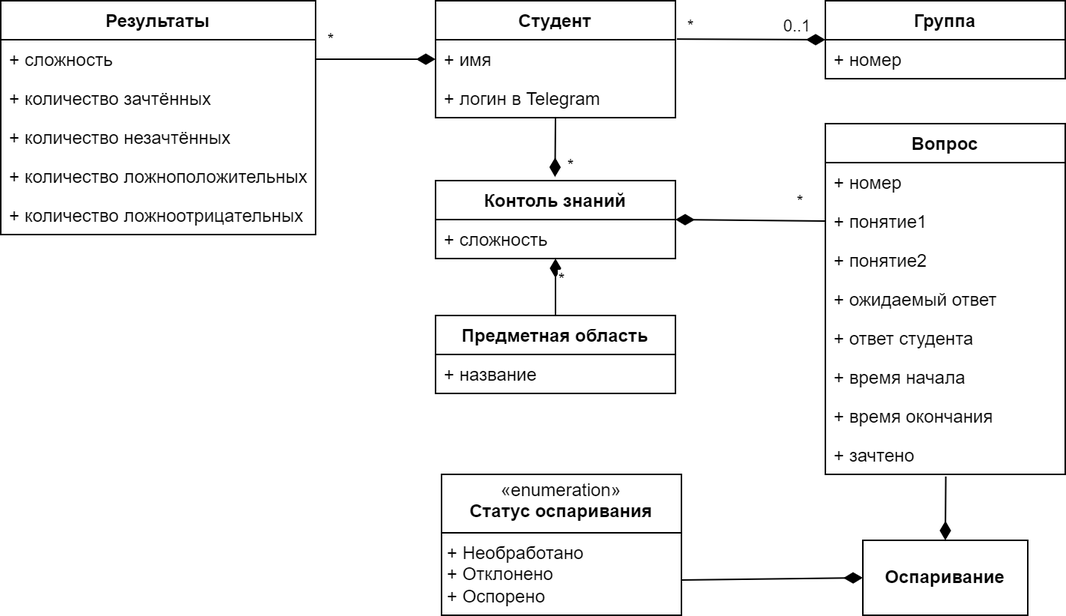
Earlier version of the draw.io export docs/diagrams/bot_domain.png (aVorotnikov/ontologer). Source tidied: cells renumbered, new cells last; positions are measured from the earlier drawing's top-left corner, leaving out a move shared by most shapes.
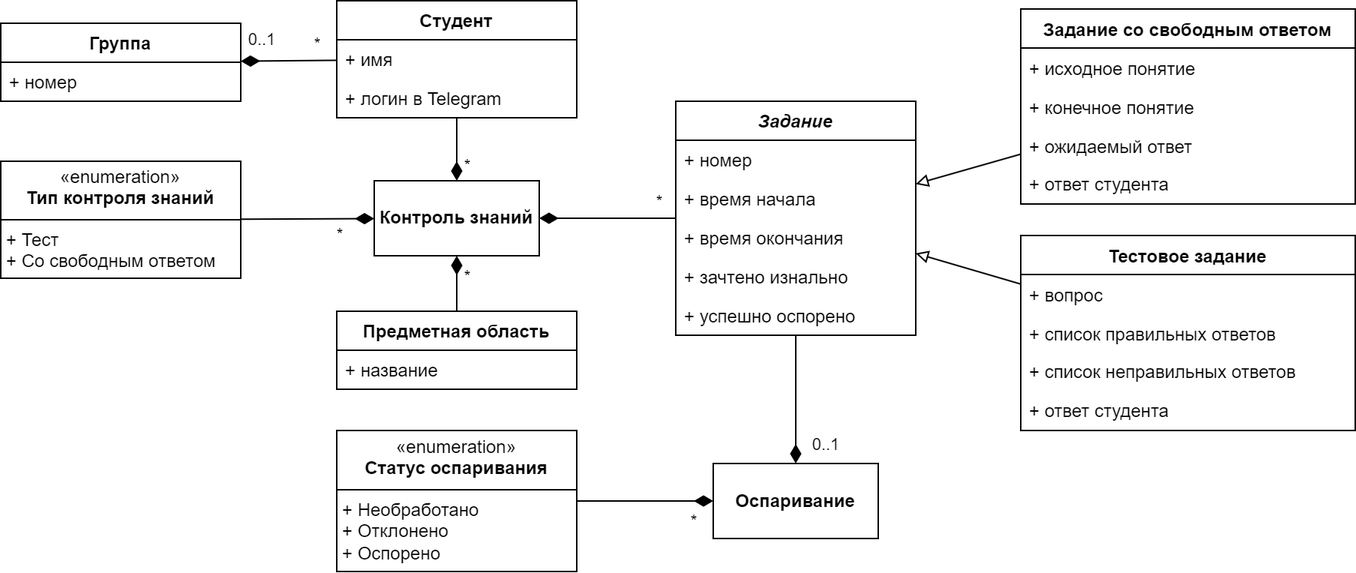
After the commit.

Commit message:
Обновлена модель предметной области

Change to the diagram source:
```diff
@@ -3,7 +3,7 @@
     <mxCell id="0" />
     <mxCell id="1" parent="0" />
     <mxCell id="2" value="Студент" style="swimlane;fontStyle=1;align=center;verticalAlign=top;horizontal=1;startSize=26;whiteSpace=wrap;html=1;" parent="1" vertex="1">
-      <mxGeometry x="290" width="160" height="78" as="geometry" />
+      <mxGeometry x="294" y="13" width="160" height="78" as="geometry" />
     </mxCell>
     <mxCell id="3" value="+ имя" style="text;strokeColor=none;fillColor=none;align=left;verticalAlign=top;spacingLeft=4;spacingRight=4;overflow=hidden;points=[[0,0.5],[1,0.5]];portConstraint=eastwest;whiteSpace=wrap;html=1;" parent="2" vertex="1">
       <mxGeometry y="26" width="160" height="26" as="geometry" />
@@ -12,122 +12,143 @@
       <mxGeometry y="52" width="160" height="26" as="geometry" />
     </mxCell>
     <mxCell id="5" value="Группа" style="swimlane;fontStyle=1;align=center;verticalAlign=top;horizontal=1;startSize=26;whiteSpace=wrap;html=1;" parent="1" vertex="1">
-      <mxGeometry x="550" width="160" height="52" as="geometry" />
+      <mxGeometry x="70" y="28" width="160" height="52" as="geometry" />
     </mxCell>
     <mxCell id="6" value="+ номер" style="text;strokeColor=none;fillColor=none;align=left;verticalAlign=top;spacingLeft=4;spacingRight=4;overflow=hidden;whiteSpace=wrap;html=1;" parent="5" vertex="1">
       <mxGeometry y="26" width="160" height="26" as="geometry" />
     </mxCell>
-    <mxCell id="7" style="endArrow=diamondThin;endFill=1;endSize=10;html=1;rounded=0;entryX=0;entryY=0.5;entryDx=0;entryDy=0;exitX=1.006;exitY=0.328;exitDx=0;exitDy=0;exitPerimeter=0;" parent="1" edge="1" source="2" target="5">
+    <mxCell id="7" style="endArrow=diamondThin;endFill=1;endSize=10;html=1;rounded=0;" parent="1" edge="1" source="2" target="5">
       <mxGeometry relative="1" as="geometry" />
     </mxCell>
     <mxCell id="8" value="0..1" style="edgeLabel;html=1;align=center;verticalAlign=middle;" parent="7" vertex="1">
       <mxGeometry x="-0.85" y="1" relative="1" as="geometry">
-        <mxPoint x="72" y="-8" as="offset" />
+        <mxPoint x="-45" y="-15" as="offset" />
       </mxGeometry>
     </mxCell>
     <mxCell id="9" value="*" style="edgeLabel;html=1;align=center;verticalAlign=middle;" parent="7" vertex="1">
       <mxGeometry x="0.7" y="-1" relative="1" as="geometry">
-        <mxPoint x="-75" y="-10" as="offset" />
+        <mxPoint x="41" y="-10" as="offset" />
       </mxGeometry>
     </mxCell>
-    <mxCell id="10" value="Контоль знаний" style="swimlane;fontStyle=1;align=center;verticalAlign=top;horizontal=1;startSize=26;whiteSpace=wrap;html=1;" parent="1" vertex="1">
-      <mxGeometry x="290" y="120" width="160" height="52" as="geometry" />
-    </mxCell>
-    <mxCell id="11" value="+ сложность" style="text;strokeColor=none;fillColor=none;align=left;verticalAlign=top;spacingLeft=4;spacingRight=4;overflow=hidden;whiteSpace=wrap;html=1;" parent="10" vertex="1">
-      <mxGeometry y="26" width="160" height="26" as="geometry" />
-    </mxCell>
-    <mxCell id="12" style="endArrow=diamondThin;endFill=1;endSize=10;html=1;rounded=0;entryX=0.498;entryY=-0.047;entryDx=0;entryDy=0;exitX=0.5;exitY=1;exitDx=0;exitDy=0;entryPerimeter=0;" parent="1" edge="1" source="2" target="10">
+    <mxCell id="12" style="endArrow=diamondThin;endFill=1;endSize=10;html=1;rounded=0;" parent="1" edge="1" source="2" target="61">
       <mxGeometry relative="1" as="geometry" />
     </mxCell>
-    <mxCell id="13" value="*" style="edgeLabel;html=1;align=center;verticalAlign=middle;" parent="1" vertex="1">
-      <mxGeometry x="380" y="110" as="geometry" />
-    </mxCell>
+    <mxCell id="41" value="*" style="edgeLabel;html=1;align=center;verticalAlign=middle;" parent="12" vertex="1">
+      <mxGeometry x="0.3" y="-1" relative="1" as="geometry">
+        <mxPoint x="8" y="5" as="offset" />
+      </mxGeometry>
+    </mxCell>
     <mxCell id="14" value="Предметная область" style="swimlane;fontStyle=1;align=center;verticalAlign=top;horizontal=1;startSize=26;whiteSpace=wrap;html=1;" parent="1" vertex="1">
-      <mxGeometry x="290" y="210" width="160" height="52" as="geometry" />
+      <mxGeometry x="294" y="220" width="160" height="52" as="geometry" />
     </mxCell>
     <mxCell id="15" value="+ название" style="text;strokeColor=none;fillColor=none;align=left;verticalAlign=top;spacingLeft=4;spacingRight=4;overflow=hidden;whiteSpace=wrap;html=1;" parent="14" vertex="1">
       <mxGeometry y="26" width="160" height="26" as="geometry" />
     </mxCell>
-    <mxCell id="16" style="endArrow=diamondThin;endFill=1;endSize=10;html=1;rounded=0;exitX=0.5;exitY=0;exitDx=0;exitDy=0;" parent="1" edge="1" source="14" target="10">
+    <mxCell id="16" style="endArrow=diamondThin;endFill=1;endSize=10;html=1;rounded=0;" parent="1" edge="1" source="14" target="61">
       <mxGeometry relative="1" as="geometry" />
     </mxCell>
     <mxCell id="17" value="*" style="edgeLabel;html=1;align=center;verticalAlign=middle;" parent="16" vertex="1">
       <mxGeometry x="0.15" relative="1" as="geometry">
-        <mxPoint x="4" y="-2" as="offset" />
+        <mxPoint x="7" y="-2" as="offset" />
       </mxGeometry>
     </mxCell>
-    <mxCell id="18" value="Результаты" style="swimlane;fontStyle=1;align=center;verticalAlign=top;horizontal=1;startSize=26;whiteSpace=wrap;html=1;" parent="1" vertex="1">
-      <mxGeometry width="210" height="156" as="geometry" />
-    </mxCell>
-    <mxCell id="19" value="+ сложность" style="text;strokeColor=none;fillColor=none;align=left;verticalAlign=top;spacingLeft=4;spacingRight=4;overflow=hidden;points=[[0,0.5],[1,0.5]];portConstraint=eastwest;whiteSpace=wrap;html=1;" parent="18" vertex="1">
-      <mxGeometry y="26" width="210" height="26" as="geometry" />
-    </mxCell>
-    <mxCell id="20" value="+ количество зачтённых" style="text;strokeColor=none;fillColor=none;align=left;verticalAlign=top;spacingLeft=4;spacingRight=4;overflow=hidden;whiteSpace=wrap;html=1;" parent="18" vertex="1">
-      <mxGeometry y="52" width="210" height="26" as="geometry" />
-    </mxCell>
-    <mxCell id="21" value="+ количество незачтённых" style="text;strokeColor=none;fillColor=none;align=left;verticalAlign=top;spacingLeft=4;spacingRight=4;overflow=hidden;whiteSpace=wrap;html=1;" parent="18" vertex="1">
-      <mxGeometry y="78" width="210" height="26" as="geometry" />
-    </mxCell>
-    <mxCell id="22" value="+ количество ложноположительных" style="text;strokeColor=none;fillColor=none;align=left;verticalAlign=top;spacingLeft=4;spacingRight=4;overflow=hidden;whiteSpace=wrap;html=1;" parent="18" vertex="1">
-      <mxGeometry y="104" width="210" height="26" as="geometry" />
-    </mxCell>
-    <mxCell id="23" value="+ количество ложноотрицательных" style="text;strokeColor=none;fillColor=none;align=left;verticalAlign=top;spacingLeft=4;spacingRight=4;overflow=hidden;whiteSpace=wrap;html=1;" parent="18" vertex="1">
-      <mxGeometry y="130" width="210" height="26" as="geometry" />
-    </mxCell>
-    <mxCell id="24" style="endArrow=diamondThin;endFill=1;endSize=10;html=1;rounded=0;entryX=0;entryY=0.5;entryDx=0;entryDy=0;exitX=1;exitY=0.5;exitDx=0;exitDy=0;" parent="1" edge="1" source="19" target="3">
-      <mxGeometry relative="1" as="geometry" />
-    </mxCell>
-    <mxCell id="25" value="*" style="edgeLabel;html=1;align=center;verticalAlign=middle;" parent="24" vertex="1">
-      <mxGeometry x="-0.48" relative="1" as="geometry">
-        <mxPoint x="-11" y="-13" as="offset" />
-      </mxGeometry>
-    </mxCell>
-    <mxCell id="26" value="Вопрос" style="swimlane;fontStyle=1;align=center;verticalAlign=top;horizontal=1;startSize=26;whiteSpace=wrap;html=1;" parent="1" vertex="1">
-      <mxGeometry x="550" y="82" width="160" height="234" as="geometry" />
+    <mxCell id="26" value="&lt;i&gt;Задание&lt;/i&gt;" style="swimlane;fontStyle=1;align=center;verticalAlign=top;horizontal=1;startSize=26;whiteSpace=wrap;html=1;" parent="1" vertex="1">
+      <mxGeometry x="520" y="80" width="160" height="156" as="geometry" />
     </mxCell>
     <mxCell id="27" value="+ номер" style="text;strokeColor=none;fillColor=none;align=left;verticalAlign=top;spacingLeft=4;spacingRight=4;overflow=hidden;whiteSpace=wrap;html=1;" parent="26" vertex="1">
       <mxGeometry y="26" width="160" height="26" as="geometry" />
     </mxCell>
-    <mxCell id="28" value="+ понятие1" style="text;strokeColor=none;fillColor=none;align=left;verticalAlign=top;spacingLeft=4;spacingRight=4;overflow=hidden;points=[[0,0.5],[1,0.5]];portConstraint=eastwest;whiteSpace=wrap;html=1;" parent="26" vertex="1">
-      <mxGeometry y="52" width="160" height="26" as="geometry" />
-    </mxCell>
-    <mxCell id="29" value="+ понятие2" style="text;strokeColor=none;fillColor=none;align=left;verticalAlign=top;spacingLeft=4;spacingRight=4;overflow=hidden;whiteSpace=wrap;html=1;" parent="26" vertex="1">
-      <mxGeometry y="78" width="160" height="26" as="geometry" />
-    </mxCell>
-    <mxCell id="30" value="+ ожидаемый ответ" style="text;strokeColor=none;fillColor=none;align=left;verticalAlign=top;spacingLeft=4;spacingRight=4;overflow=hidden;whiteSpace=wrap;html=1;" parent="26" vertex="1">
-      <mxGeometry y="104" width="160" height="26" as="geometry" />
-    </mxCell>
-    <mxCell id="31" value="+ ответ студента" style="text;strokeColor=none;fillColor=none;align=left;verticalAlign=top;spacingLeft=4;spacingRight=4;overflow=hidden;whiteSpace=wrap;html=1;" parent="26" vertex="1">
-      <mxGeometry y="130" width="160" height="26" as="geometry" />
-    </mxCell>
     <mxCell id="32" value="+ время начала" style="text;strokeColor=none;fillColor=none;align=left;verticalAlign=top;spacingLeft=4;spacingRight=4;overflow=hidden;whiteSpace=wrap;html=1;" parent="26" vertex="1">
-      <mxGeometry y="156" width="160" height="26" as="geometry" />
+      <mxGeometry y="52" width="160" height="26" as="geometry" />
     </mxCell>
     <mxCell id="33" value="+ время окончания" style="text;strokeColor=none;fillColor=none;align=left;verticalAlign=top;spacingLeft=4;spacingRight=4;overflow=hidden;whiteSpace=wrap;html=1;" parent="26" vertex="1">
-      <mxGeometry y="182" width="160" height="26" as="geometry" />
+      <mxGeometry y="78" width="160" height="26" as="geometry" />
     </mxCell>
-    <mxCell id="34" value="+ зачтено" style="text;strokeColor=none;fillColor=none;align=left;verticalAlign=top;spacingLeft=4;spacingRight=4;overflow=hidden;points=[[0,0.5],[1,0.5]];portConstraint=eastwest;whiteSpace=wrap;html=1;" parent="26" vertex="1">
-      <mxGeometry y="208" width="160" height="26" as="geometry" />
+    <mxCell id="34" value="+ зачтено изнально" style="text;strokeColor=none;fillColor=none;align=left;verticalAlign=top;spacingLeft=4;spacingRight=4;overflow=hidden;points=[[0,0.5],[1,0.5]];portConstraint=eastwest;whiteSpace=wrap;html=1;" parent="26" vertex="1">
+      <mxGeometry y="104" width="160" height="26" as="geometry" />
     </mxCell>
-    <mxCell id="35" style="endArrow=diamondThin;endFill=1;endSize=10;html=1;rounded=0;entryX=1;entryY=0.5;entryDx=0;entryDy=0;exitX=0;exitY=0.5;exitDx=0;exitDy=0;" parent="1" edge="1" source="28" target="10">
-      <mxGeometry relative="1" as="geometry" />
-    </mxCell>
-    <mxCell id="36" value="*" style="edgeLabel;html=1;align=center;verticalAlign=middle;" parent="35" vertex="1">
-      <mxGeometry x="-0.48" relative="1" as="geometry">
-        <mxPoint x="8" y="-13" as="offset" />
-      </mxGeometry>
-    </mxCell>
+    <mxCell id="42" value="+ успешно оспорено" style="text;strokeColor=none;fillColor=none;align=left;verticalAlign=top;spacingLeft=4;spacingRight=4;overflow=hidden;whiteSpace=wrap;html=1;" parent="26" vertex="1">
+      <mxGeometry y="130" width="160" height="26" as="geometry" />
+    </mxCell>
     <mxCell id="37" value="&lt;b&gt;Оспаривание&lt;/b&gt;" style="html=1;whiteSpace=wrap;" parent="1" vertex="1">
-      <mxGeometry x="575" y="360" width="110" height="50" as="geometry" />
+      <mxGeometry x="545" y="321.5" width="110" height="50" as="geometry" />
     </mxCell>
-    <mxCell id="38" style="endArrow=diamondThin;endFill=1;endSize=10;html=1;rounded=0;entryX=0.5;entryY=0;entryDx=0;entryDy=0;exitX=0.502;exitY=1.055;exitDx=0;exitDy=0;exitPerimeter=0;" parent="1" edge="1" source="34" target="37">
+    <mxCell id="38" style="endArrow=diamondThin;endFill=1;endSize=10;html=1;rounded=0;" parent="1" edge="1" source="26" target="37">
       <mxGeometry relative="1" as="geometry" />
     </mxCell>
+    <mxCell id="43" value="0..1" style="edgeLabel;html=1;align=center;verticalAlign=middle;" parent="38" vertex="1">
+      <mxGeometry x="0.7" y="2" relative="1" as="geometry">
+        <mxPoint x="18" as="offset" />
+      </mxGeometry>
+    </mxCell>
     <mxCell id="39" value="&lt;p style=&quot;margin:0px;margin-top:4px;text-align:center;&quot;&gt;«enumeration»&lt;br&gt;&lt;b&gt;Статус оспаривания&lt;/b&gt;&lt;br&gt;&lt;/p&gt;&lt;hr size=&quot;1&quot; style=&quot;border-style:solid;&quot;&gt;&lt;p style=&quot;margin:0px;margin-left:4px;&quot;&gt;+ Необработано&lt;/p&gt;&lt;p style=&quot;margin:0px;margin-left:4px;&quot;&gt;+ Отклонено&lt;/p&gt;&lt;p style=&quot;margin:0px;margin-left:4px;&quot;&gt;+ Оспорено&lt;/p&gt;" style="verticalAlign=top;align=left;overflow=fill;html=1;whiteSpace=wrap;" parent="1" vertex="1">
-      <mxGeometry x="294" y="316" width="160" height="94" as="geometry" />
+      <mxGeometry x="294" y="299.5" width="160" height="94" as="geometry" />
     </mxCell>
-    <mxCell id="40" style="endArrow=diamondThin;endFill=1;endSize=10;html=1;rounded=0;entryX=0;entryY=0.5;entryDx=0;entryDy=0;exitX=1;exitY=0.75;exitDx=0;exitDy=0;" parent="1" edge="1" source="39" target="37">
+    <mxCell id="40" style="endArrow=diamondThin;endFill=1;endSize=10;html=1;rounded=0;" parent="1" edge="1" source="39" target="37">
       <mxGeometry relative="1" as="geometry" />
     </mxCell>
+    <mxCell id="44" value="*" style="edgeLabel;html=1;align=center;verticalAlign=middle;" parent="40" vertex="1">
+      <mxGeometry x="0.61" relative="1" as="geometry">
+        <mxPoint x="4" y="13" as="offset" />
+      </mxGeometry>
+    </mxCell>
+    <mxCell id="45" value="Задание со свободным ответом" style="swimlane;fontStyle=1;align=center;verticalAlign=top;horizontal=1;startSize=26;whiteSpace=wrap;html=1;" parent="1" vertex="1">
+      <mxGeometry x="750" y="18.5" width="223" height="130" as="geometry" />
+    </mxCell>
+    <mxCell id="46" value="+ исходное понятие" style="text;strokeColor=none;fillColor=none;align=left;verticalAlign=top;spacingLeft=4;spacingRight=4;overflow=hidden;whiteSpace=wrap;html=1;" parent="45" vertex="1">
+      <mxGeometry y="26" width="223" height="26" as="geometry" />
+    </mxCell>
+    <mxCell id="47" value="+ конечное понятие" style="text;strokeColor=none;fillColor=none;align=left;verticalAlign=top;spacingLeft=4;spacingRight=4;overflow=hidden;whiteSpace=wrap;html=1;" parent="45" vertex="1">
+      <mxGeometry y="52" width="223" height="26" as="geometry" />
+    </mxCell>
+    <mxCell id="30" value="+ ожидаемый ответ" style="text;strokeColor=none;fillColor=none;align=left;verticalAlign=top;spacingLeft=4;spacingRight=4;overflow=hidden;whiteSpace=wrap;html=1;" parent="45" vertex="1">
+      <mxGeometry y="78" width="223" height="26" as="geometry" />
+    </mxCell>
+    <mxCell id="48" value="+ ответ студента" style="text;strokeColor=none;fillColor=none;align=left;verticalAlign=top;spacingLeft=4;spacingRight=4;overflow=hidden;whiteSpace=wrap;html=1;" parent="45" vertex="1">
+      <mxGeometry y="104" width="223" height="26" as="geometry" />
+    </mxCell>
+    <mxCell id="49" value="Тестовое задание" style="swimlane;fontStyle=1;align=center;verticalAlign=top;horizontal=1;startSize=26;whiteSpace=wrap;html=1;" parent="1" vertex="1">
+      <mxGeometry x="750" y="169.5" width="223" height="130" as="geometry" />
+    </mxCell>
+    <mxCell id="50" value="+ вопрос" style="text;strokeColor=none;fillColor=none;align=left;verticalAlign=top;spacingLeft=4;spacingRight=4;overflow=hidden;whiteSpace=wrap;html=1;" parent="49" vertex="1">
+      <mxGeometry y="26" width="223" height="26" as="geometry" />
+    </mxCell>
+    <mxCell id="51" value="+ список правильных ответов" style="text;strokeColor=none;fillColor=none;align=left;verticalAlign=top;spacingLeft=4;spacingRight=4;overflow=hidden;whiteSpace=wrap;html=1;" parent="49" vertex="1">
+      <mxGeometry y="52" width="223" height="26" as="geometry" />
+    </mxCell>
+    <mxCell id="52" value="+ список неправильных ответов" style="text;strokeColor=none;fillColor=none;align=left;verticalAlign=top;spacingLeft=4;spacingRight=4;overflow=hidden;whiteSpace=wrap;html=1;" parent="49" vertex="1">
+      <mxGeometry y="78" width="223" height="26" as="geometry" />
+    </mxCell>
+    <mxCell id="53" value="+ ответ студента" style="text;strokeColor=none;fillColor=none;align=left;verticalAlign=top;spacingLeft=4;spacingRight=4;overflow=hidden;whiteSpace=wrap;html=1;" parent="49" vertex="1">
+      <mxGeometry y="104" width="223" height="26" as="geometry" />
+    </mxCell>
+    <mxCell id="54" value="&lt;p style=&quot;margin:0px;margin-top:4px;text-align:center;&quot;&gt;«enumeration»&lt;br&gt;&lt;b&gt;Тип контроля знаний&lt;/b&gt;&lt;br&gt;&lt;/p&gt;&lt;hr size=&quot;1&quot; style=&quot;border-style:solid;&quot;&gt;&lt;p style=&quot;margin:0px;margin-left:4px;&quot;&gt;+ Тест&lt;/p&gt;&lt;p style=&quot;margin:0px;margin-left:4px;&quot;&gt;+ Со свободным ответом&lt;/p&gt;" style="verticalAlign=top;align=left;overflow=fill;html=1;whiteSpace=wrap;" parent="1" vertex="1">
+      <mxGeometry x="70" y="120" width="160" height="78" as="geometry" />
+    </mxCell>
+    <mxCell id="55" style="endArrow=diamondThin;endFill=1;endSize=10;html=1;rounded=0;" parent="1" edge="1" source="54" target="61">
+      <mxGeometry relative="1" as="geometry" />
+    </mxCell>
+    <mxCell id="56" value="*" style="edgeLabel;html=1;align=center;verticalAlign=middle;" parent="55" vertex="1">
+      <mxGeometry x="0.2" y="-2" relative="1" as="geometry">
+        <mxPoint x="12" y="8" as="offset" />
+      </mxGeometry>
+    </mxCell>
+    <mxCell id="57" style="endArrow=block;html=1;rounded=0;endFill=0;" parent="1" edge="1" source="45" target="26">
+      <mxGeometry relative="1" as="geometry" />
+    </mxCell>
+    <mxCell id="58" style="endArrow=block;html=1;rounded=0;endFill=0;" parent="1" edge="1" source="49" target="26">
+      <mxGeometry relative="1" as="geometry" />
+    </mxCell>
+    <mxCell id="59" style="endArrow=diamondThin;endFill=1;endSize=10;html=1;rounded=0;" parent="1" edge="1" source="26" target="61">
+      <mxGeometry relative="1" as="geometry" />
+    </mxCell>
+    <mxCell id="60" value="*" style="edgeLabel;html=1;align=center;verticalAlign=middle;" parent="59" vertex="1">
+      <mxGeometry x="-0.76" relative="1" as="geometry">
+        <mxPoint y="-11" as="offset" />
+      </mxGeometry>
+    </mxCell>
+    <mxCell id="61" value="&lt;b&gt;Контроль знаний&lt;/b&gt;" style="html=1;whiteSpace=wrap;" parent="1" vertex="1">
+      <mxGeometry x="319" y="133" width="110" height="50" as="geometry" />
+    </mxCell>
   </root>
 </mxGraphModel>
```
